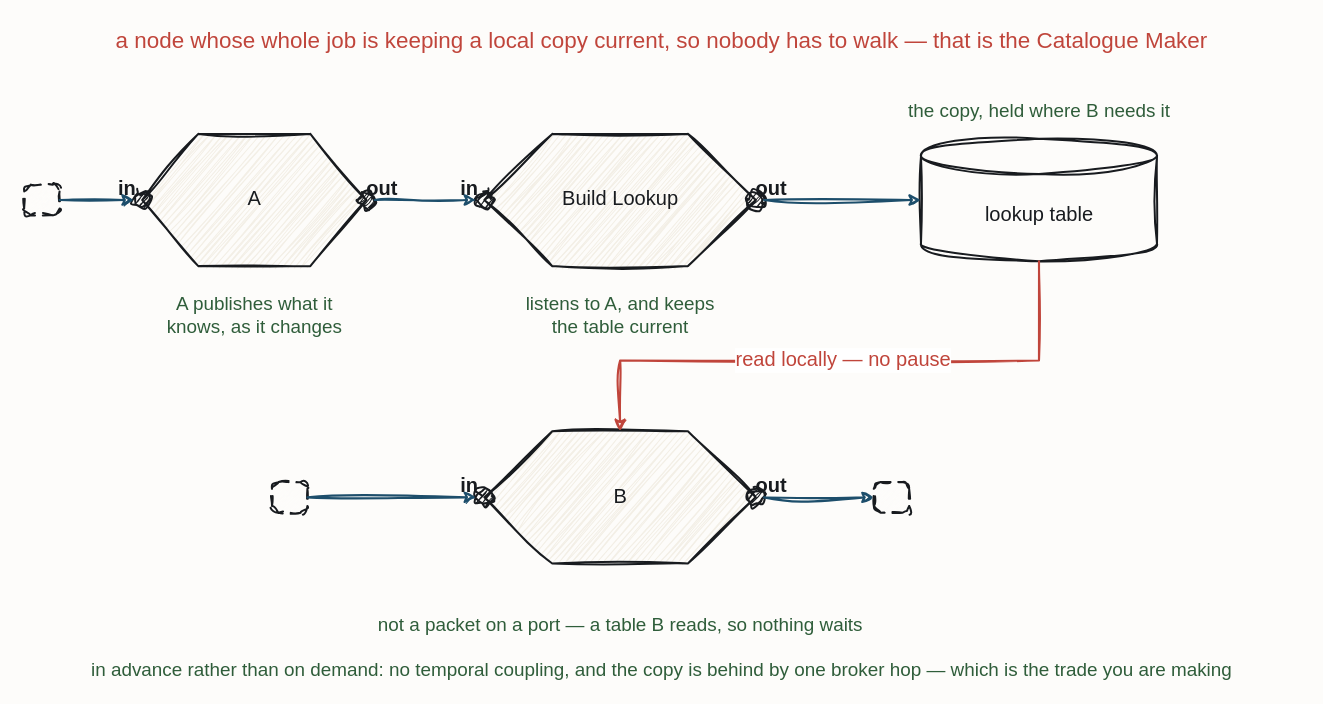
Before: resources/flow-lookup-build.drawio in iancooper/practical-messaging, a draw.io diagram. Source tidied: cells renumbered, new cells numbered last; positions are measured from the earlier drawing's top-left corner, leaving out a move shared by most shapes. Both pictures are drawn from the tidied source at 118%, with x=0, y=0 at pixel (24, 20).
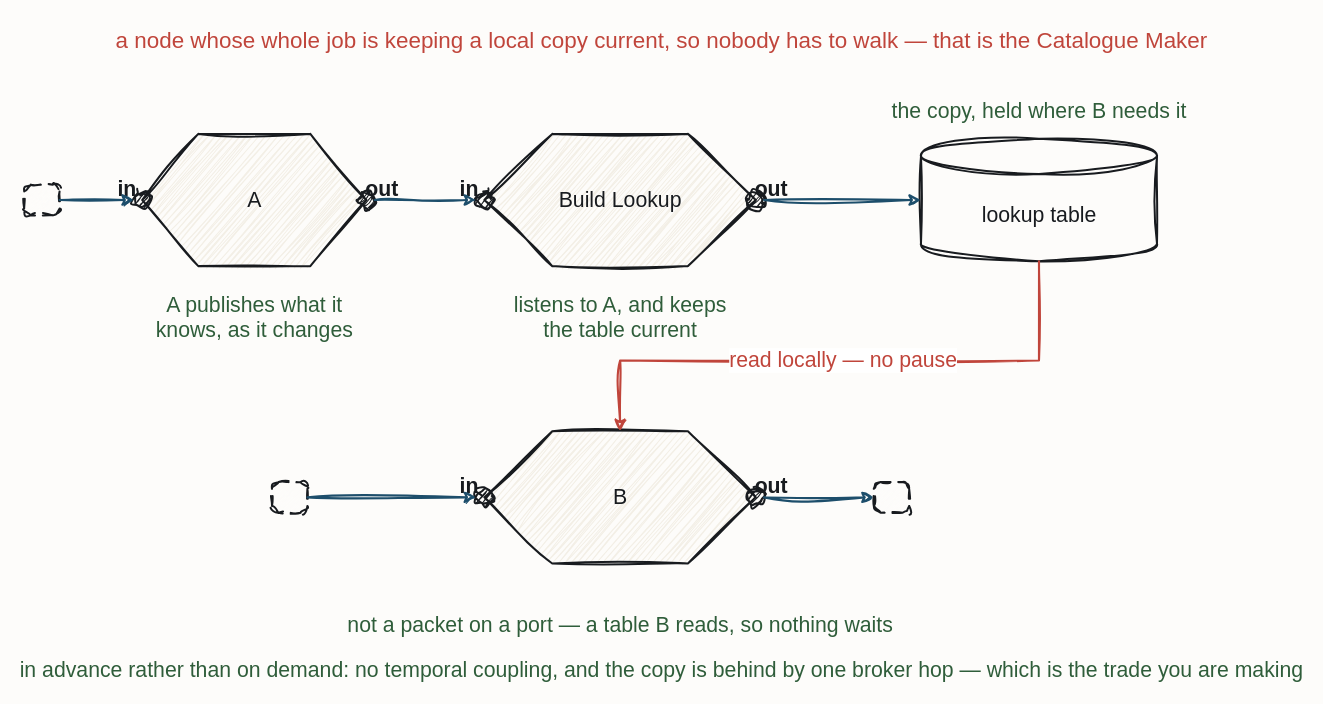
The same page after the edit.

The change refers to these unchanged cells:
```xml
<mxCell id="4" style="sketch=1;hachureGap=4;jiggle=2;curveFitting=1;fontFamily=Caveat;html=1;ellipse;verticalLabelPosition=bottom;verticalAlign=top;strokeColor=#181B1F;strokeWidth=1.7;fillColor=#181B1F;fontColor=#181B1F;fontSize=14;" parent="1" vertex="1">
  <mxGeometry x="93" y="145" width="14" height="14" as="geometry" />
</mxCell>
<mxCell id="6" style="sketch=1;hachureGap=4;jiggle=2;curveFitting=1;fontFamily=Caveat;html=1;ellipse;verticalLabelPosition=bottom;verticalAlign=top;strokeColor=#181B1F;strokeWidth=1.7;fillColor=#181B1F;fontColor=#181B1F;fontSize=14;" parent="1" vertex="1">
  <mxGeometry x="283" y="145" width="14" height="14" as="geometry" />
</mxCell>
<mxCell id="9" style="sketch=1;hachureGap=4;jiggle=2;curveFitting=1;fontFamily=Caveat;html=1;ellipse;verticalLabelPosition=bottom;verticalAlign=top;strokeColor=#181B1F;strokeWidth=1.7;fillColor=#181B1F;fontColor=#181B1F;fontSize=14;" parent="1" vertex="1">
  <mxGeometry x="383" y="145" width="14" height="14" as="geometry" />
</mxCell>
<mxCell id="11" style="sketch=1;hachureGap=4;jiggle=2;curveFitting=1;fontFamily=Caveat;html=1;ellipse;verticalLabelPosition=bottom;verticalAlign=top;strokeColor=#181B1F;strokeWidth=1.7;fillColor=#181B1F;fontColor=#181B1F;fontSize=14;" parent="1" vertex="1">
  <mxGeometry x="613" y="145" width="14" height="14" as="geometry" />
</mxCell>
<mxCell id="15" style="sketch=1;hachureGap=4;jiggle=2;curveFitting=1;fontFamily=Caveat;html=1;ellipse;verticalLabelPosition=bottom;verticalAlign=top;strokeColor=#181B1F;strokeWidth=1.7;fillColor=#181B1F;fontColor=#181B1F;fontSize=14;" parent="1" vertex="1">
  <mxGeometry x="383" y="397" width="14" height="14" as="geometry" />
</mxCell>
<mxCell id="17" style="sketch=1;hachureGap=4;jiggle=2;curveFitting=1;fontFamily=Caveat;html=1;ellipse;verticalLabelPosition=bottom;verticalAlign=top;strokeColor=#181B1F;strokeWidth=1.7;fillColor=#181B1F;fontColor=#181B1F;fontSize=14;" parent="1" vertex="1">
  <mxGeometry x="613" y="397" width="14" height="14" as="geometry" />
</mxCell>
<mxCell id="19" style="sketch=1;hachureGap=4;jiggle=2;curveFitting=1;fontFamily=Caveat;html=1;rounded=1;arcSize=22;dashed=1;dashPattern=5 4;strokeColor=#181B1F;strokeWidth=1.7;fillColor=#FDFCFA;fontColor=#181B1F;fontSize=13;" parent="1" vertex="1">
  <mxGeometry y="139" width="30" height="26" as="geometry" />
</mxCell>
<mxCell id="20" style="sketch=1;hachureGap=4;jiggle=2;curveFitting=1;fontFamily=Caveat;html=1;rounded=1;arcSize=22;dashed=1;dashPattern=5 4;strokeColor=#181B1F;strokeWidth=1.7;fillColor=#FDFCFA;fontColor=#181B1F;fontSize=13;" parent="1" vertex="1">
  <mxGeometry x="210" y="391" width="30" height="26" as="geometry" />
</mxCell>
<mxCell id="21" style="sketch=1;hachureGap=4;jiggle=2;curveFitting=1;fontFamily=Caveat;html=1;rounded=1;arcSize=22;dashed=1;dashPattern=5 4;strokeColor=#181B1F;strokeWidth=1.7;fillColor=#FDFCFA;fontColor=#181B1F;fontSize=13;" parent="1" vertex="1">
  <mxGeometry x="720" y="391" width="30" height="26" as="geometry" />
</mxCell>
```

What changed in the source:
```diff
@@
-    <mxCell id="3" value="A" style="sketch=1;hachureGap=4;jiggle=2;curveFitting=1;fontFamily=Caveat;html=1;shape=hexagon;perimeter=hexagonPerimeter2;strokeColor=#181B1F;strokeWidth=1.7;fillColor=#F3EFE6;fontColor=#181B1F;fontSize=17;" parent="1" vertex="1">
+    <mxCell id="3" value="A" style="sketch=1;hachureGap=4;jiggle=2;curveFitting=1;fontFamily=Caveat;html=1;shape=hexagon;perimeter=hexagonPerimeter2;strokeColor=#181B1F;strokeWidth=1.7;fillColor=#F3EFE6;fontColor=#181B1F;fontSize=18;" parent="1" vertex="1">
       <mxGeometry x="100" y="96" width="190" height="112" as="geometry" />
     </mxCell>
@@
-    <mxCell id="5" value="in" style="text;html=1;align=center;fontFamily=Caveat;fontSize=17;fontColor=#181B1F;fontStyle=1;" parent="1" vertex="1">
+    <mxCell id="5" value="in" style="text;html=1;align=center;fontFamily=Caveat;fontSize=18;fontColor=#181B1F;fontStyle=1;" parent="1" vertex="1">
       <mxGeometry x="27" y="126" width="120" height="20" as="geometry" />
     </mxCell>
@@
-    <mxCell id="7" value="out" style="text;html=1;align=center;fontFamily=Caveat;fontSize=17;fontColor=#181B1F;fontStyle=1;" parent="1" vertex="1">
+    <mxCell id="7" value="out" style="text;html=1;align=center;fontFamily=Caveat;fontSize=18;fontColor=#181B1F;fontStyle=1;" parent="1" vertex="1">
       <mxGeometry x="243" y="126" width="120" height="20" as="geometry" />
     </mxCell>
-    <mxCell id="8" value="Build Lookup" style="sketch=1;hachureGap=4;jiggle=2;curveFitting=1;fontFamily=Caveat;html=1;shape=hexagon;perimeter=hexagonPerimeter2;strokeColor=#181B1F;strokeWidth=1.7;fillColor=#F3EFE6;fontColor=#181B1F;fontSize=17;" parent="1" vertex="1">
+    <mxCell id="8" value="Build Lookup" style="sketch=1;hachureGap=4;jiggle=2;curveFitting=1;fontFamily=Caveat;html=1;shape=hexagon;perimeter=hexagonPerimeter2;strokeColor=#181B1F;strokeWidth=1.7;fillColor=#F3EFE6;fontColor=#181B1F;fontSize=18;" parent="1" vertex="1">
       <mxGeometry x="390" y="96" width="230" height="112" as="geometry" />
     </mxCell>
@@
-    <mxCell id="10" value="in" style="text;html=1;align=center;fontFamily=Caveat;fontSize=17;fontColor=#181B1F;fontStyle=1;" parent="1" vertex="1">
+    <mxCell id="10" value="in" style="text;html=1;align=center;fontFamily=Caveat;fontSize=18;fontColor=#181B1F;fontStyle=1;" parent="1" vertex="1">
       <mxGeometry x="317" y="126" width="120" height="20" as="geometry" />
     </mxCell>
@@
-    <mxCell id="12" value="out" style="text;html=1;align=center;fontFamily=Caveat;fontSize=17;fontColor=#181B1F;fontStyle=1;" parent="1" vertex="1">
+    <mxCell id="12" value="out" style="text;html=1;align=center;fontFamily=Caveat;fontSize=18;fontColor=#181B1F;fontStyle=1;" parent="1" vertex="1">
       <mxGeometry x="573" y="126" width="120" height="20" as="geometry" />
     </mxCell>
-    <mxCell id="13" value="lookup table" style="sketch=1;hachureGap=4;jiggle=2;curveFitting=1;fontFamily=Caveat;html=1;shape=cylinder3;boundedLbl=1;backgroundOutline=1;strokeColor=#181B1F;strokeWidth=1.7;fillColor=none;fontColor=#181B1F;fontSize=17;" parent="1" vertex="1">
+    <mxCell id="13" value="lookup table" style="sketch=1;hachureGap=4;jiggle=2;curveFitting=1;fontFamily=Caveat;html=1;shape=cylinder3;boundedLbl=1;backgroundOutline=1;strokeColor=#181B1F;strokeWidth=1.7;fillColor=none;fontColor=#181B1F;fontSize=18;" parent="1" vertex="1">
       <mxGeometry x="760" y="100" width="200" height="104" as="geometry" />
     </mxCell>
-    <mxCell id="14" value="B" style="sketch=1;hachureGap=4;jiggle=2;curveFitting=1;fontFamily=Caveat;html=1;shape=hexagon;perimeter=hexagonPerimeter2;strokeColor=#181B1F;strokeWidth=1.7;fillColor=#F3EFE6;fontColor=#181B1F;fontSize=17;" parent="1" vertex="1">
+    <mxCell id="14" value="B" style="sketch=1;hachureGap=4;jiggle=2;curveFitting=1;fontFamily=Caveat;html=1;shape=hexagon;perimeter=hexagonPerimeter2;strokeColor=#181B1F;strokeWidth=1.7;fillColor=#F3EFE6;fontColor=#181B1F;fontSize=18;" parent="1" vertex="1">
       <mxGeometry x="390" y="348" width="230" height="112" as="geometry" />
     </mxCell>
@@
-    <mxCell id="16" value="in" style="text;html=1;align=center;fontFamily=Caveat;fontSize=17;fontColor=#181B1F;fontStyle=1;" parent="1" vertex="1">
+    <mxCell id="16" value="in" style="text;html=1;align=center;fontFamily=Caveat;fontSize=18;fontColor=#181B1F;fontStyle=1;" parent="1" vertex="1">
       <mxGeometry x="317" y="378" width="120" height="20" as="geometry" />
     </mxCell>
@@
-    <mxCell id="18" value="out" style="text;html=1;align=center;fontFamily=Caveat;fontSize=17;fontColor=#181B1F;fontStyle=1;" parent="1" vertex="1">
+    <mxCell id="18" value="out" style="text;html=1;align=center;fontFamily=Caveat;fontSize=18;fontColor=#181B1F;fontStyle=1;" parent="1" vertex="1">
       <mxGeometry x="573" y="378" width="120" height="20" as="geometry" />
     </mxCell>
@@
-    <mxCell id="22" value="A publishes what it&#10;knows, as it changes" style="text;html=1;align=center;fontFamily=Caveat;fontSize=16;fontColor=#2F5D3A;" parent="1" vertex="1">
+    <mxCell id="22" value="A publishes what it&#10;knows, as it changes" style="text;html=1;align=center;fontFamily=Caveat;fontSize=18;fontColor=#2F5D3A;" parent="1" vertex="1">
       <mxGeometry x="135" y="224" width="120" height="20" as="geometry" />
     </mxCell>
-    <mxCell id="23" value="listens to A, and keeps&#10;the table current" style="text;html=1;align=center;fontFamily=Caveat;fontSize=16;fontColor=#2F5D3A;" parent="1" vertex="1">
+    <mxCell id="23" value="listens to A, and keeps&#10;the table current" style="text;html=1;align=center;fontFamily=Caveat;fontSize=18;fontColor=#2F5D3A;" parent="1" vertex="1">
       <mxGeometry x="445" y="224" width="120" height="20" as="geometry" />
     </mxCell>
-    <mxCell id="24" value="the copy, held where B needs it" style="text;html=1;align=center;fontFamily=Caveat;fontSize=16;fontColor=#2F5D3A;" parent="1" vertex="1">
+    <mxCell id="24" value="the copy, held where B needs it" style="text;html=1;align=center;fontFamily=Caveat;fontSize=18;fontColor=#2F5D3A;" parent="1" vertex="1">
       <mxGeometry x="800" y="60" width="120" height="20" as="geometry" />
     </mxCell>
-    <mxCell id="25" value="not a packet on a port — a table B reads, so nothing waits" style="text;html=1;align=center;fontFamily=Caveat;fontSize=16;fontColor=#2F5D3A;" parent="1" vertex="1">
+    <mxCell id="25" value="not a packet on a port — a table B reads, so nothing waits" style="text;html=1;align=center;fontFamily=Caveat;fontSize=18;fontColor=#2F5D3A;" parent="1" vertex="1">
       <mxGeometry x="445" y="496" width="120" height="20" as="geometry" />
     </mxCell>
-    <mxCell id="26" value="in advance rather than on demand: no temporal coupling, and the copy is behind by one broker hop — which is the trade you are making" style="text;html=1;align=center;fontFamily=Caveat;fontSize=16;fontColor=#2F5D3A;" parent="1" vertex="1">
+    <mxCell id="26" value="in advance rather than on demand: no temporal coupling, and the copy is behind by one broker hop — which is the trade you are making" style="text;html=1;align=center;fontFamily=Caveat;fontSize=18;fontColor=#2F5D3A;" parent="1" vertex="1">
       <mxGeometry x="480" y="534" width="120" height="20" as="geometry" />
     </mxCell>
-    <mxCell id="27" style="sketch=1;jiggle=2;curveFitting=1;edgeStyle=none;rounded=0;strokeColor=#1D4E6B;strokeWidth=1.8;fontFamily=Caveat;fontSize=17;fontColor=#1D4E6B;html=1;exitX=1.0;exitY=0.5;exitDx=0;exitDy=0;entryX=0.0;entryY=0.5;entryDx=0;entryDy=0;" parent="1" edge="1" source="19" target="4">
+    <mxCell id="27" style="sketch=1;jiggle=2;curveFitting=1;edgeStyle=none;rounded=0;strokeColor=#1D4E6B;strokeWidth=1.8;fontFamily=Caveat;fontSize=18;fontColor=#1D4E6B;html=1;exitX=1.0;exitY=0.5;exitDx=0;exitDy=0;entryX=0.0;entryY=0.5;entryDx=0;entryDy=0;" parent="1" edge="1" source="19" target="4">
       <mxGeometry relative="1" as="geometry" />
     </mxCell>
-    <mxCell id="28" style="sketch=1;jiggle=2;curveFitting=1;edgeStyle=none;rounded=0;strokeColor=#1D4E6B;strokeWidth=1.8;fontFamily=Caveat;fontSize=17;fontColor=#1D4E6B;html=1;exitX=1.0;exitY=0.5;exitDx=0;exitDy=0;entryX=0.0;entryY=0.5;entryDx=0;entryDy=0;" parent="1" edge="1" source="6" target="9">
+    <mxCell id="28" style="sketch=1;jiggle=2;curveFitting=1;edgeStyle=none;rounded=0;strokeColor=#1D4E6B;strokeWidth=1.8;fontFamily=Caveat;fontSize=18;fontColor=#1D4E6B;html=1;exitX=1.0;exitY=0.5;exitDx=0;exitDy=0;entryX=0.0;entryY=0.5;entryDx=0;entryDy=0;" parent="1" edge="1" source="6" target="9">
       <mxGeometry relative="1" as="geometry" />
     </mxCell>
-    <mxCell id="29" style="sketch=1;jiggle=2;curveFitting=1;edgeStyle=none;rounded=0;strokeColor=#1D4E6B;strokeWidth=1.8;fontFamily=Caveat;fontSize=17;fontColor=#1D4E6B;html=1;exitX=1.0;exitY=0.5;exitDx=0;exitDy=0;entryX=0.0;entryY=0.5;entryDx=0;entryDy=0;" parent="1" edge="1" source="11" target="13">
+    <mxCell id="29" style="sketch=1;jiggle=2;curveFitting=1;edgeStyle=none;rounded=0;strokeColor=#1D4E6B;strokeWidth=1.8;fontFamily=Caveat;fontSize=18;fontColor=#1D4E6B;html=1;exitX=1.0;exitY=0.5;exitDx=0;exitDy=0;entryX=0.0;entryY=0.5;entryDx=0;entryDy=0;" parent="1" edge="1" source="11" target="13">
       <mxGeometry relative="1" as="geometry" />
     </mxCell>
-    <mxCell id="30" style="sketch=1;jiggle=2;curveFitting=1;edgeStyle=none;rounded=0;strokeColor=#1D4E6B;strokeWidth=1.8;fontFamily=Caveat;fontSize=17;fontColor=#1D4E6B;html=1;exitX=1.0;exitY=0.5;exitDx=0;exitDy=0;entryX=0.0;entryY=0.5;entryDx=0;entryDy=0;" parent="1" edge="1" source="20" target="15">
+    <mxCell id="30" style="sketch=1;jiggle=2;curveFitting=1;edgeStyle=none;rounded=0;strokeColor=#1D4E6B;strokeWidth=1.8;fontFamily=Caveat;fontSize=18;fontColor=#1D4E6B;html=1;exitX=1.0;exitY=0.5;exitDx=0;exitDy=0;entryX=0.0;entryY=0.5;entryDx=0;entryDy=0;" parent="1" edge="1" source="20" target="15">
       <mxGeometry relative="1" as="geometry" />
     </mxCell>
-    <mxCell id="31" style="sketch=1;jiggle=2;curveFitting=1;edgeStyle=none;rounded=0;strokeColor=#1D4E6B;strokeWidth=1.8;fontFamily=Caveat;fontSize=17;fontColor=#1D4E6B;html=1;exitX=1.0;exitY=0.5;exitDx=0;exitDy=0;entryX=0.0;entryY=0.5;entryDx=0;entryDy=0;" parent="1" edge="1" source="17" target="21">
+    <mxCell id="31" style="sketch=1;jiggle=2;curveFitting=1;edgeStyle=none;rounded=0;strokeColor=#1D4E6B;strokeWidth=1.8;fontFamily=Caveat;fontSize=18;fontColor=#1D4E6B;html=1;exitX=1.0;exitY=0.5;exitDx=0;exitDy=0;entryX=0.0;entryY=0.5;entryDx=0;entryDy=0;" parent="1" edge="1" source="17" target="21">
       <mxGeometry relative="1" as="geometry" />
     </mxCell>
-    <mxCell id="32" value="read locally — no pause" style="sketch=1;jiggle=2;curveFitting=1;edgeStyle=none;rounded=0;strokeColor=#C0453B;strokeWidth=1.8;fontFamily=Caveat;fontSize=17;fontColor=#C0453B;html=1;exitX=0.5;exitY=1.0;exitDx=0;exitDy=0;entryX=0.5;entryY=0.0;entryDx=0;entryDy=0;" parent="1" edge="1" source="13" target="14">
+    <mxCell id="32" value="read locally — no pause" style="sketch=1;jiggle=2;curveFitting=1;edgeStyle=none;rounded=0;strokeColor=#C0453B;strokeWidth=1.8;fontFamily=Caveat;fontSize=18;fontColor=#C0453B;html=1;exitX=0.5;exitY=1.0;exitDx=0;exitDy=0;entryX=0.5;entryY=0.0;entryDx=0;entryDy=0;" parent="1" edge="1" source="13" target="14">
       <mxGeometry relative="1" as="geometry">
         <Array as="points">
           <mxPoint x="860" y="288" />
           <mxPoint x="505" y="288" />
         </Array>
       </mxGeometry>
     </mxCell>
```
